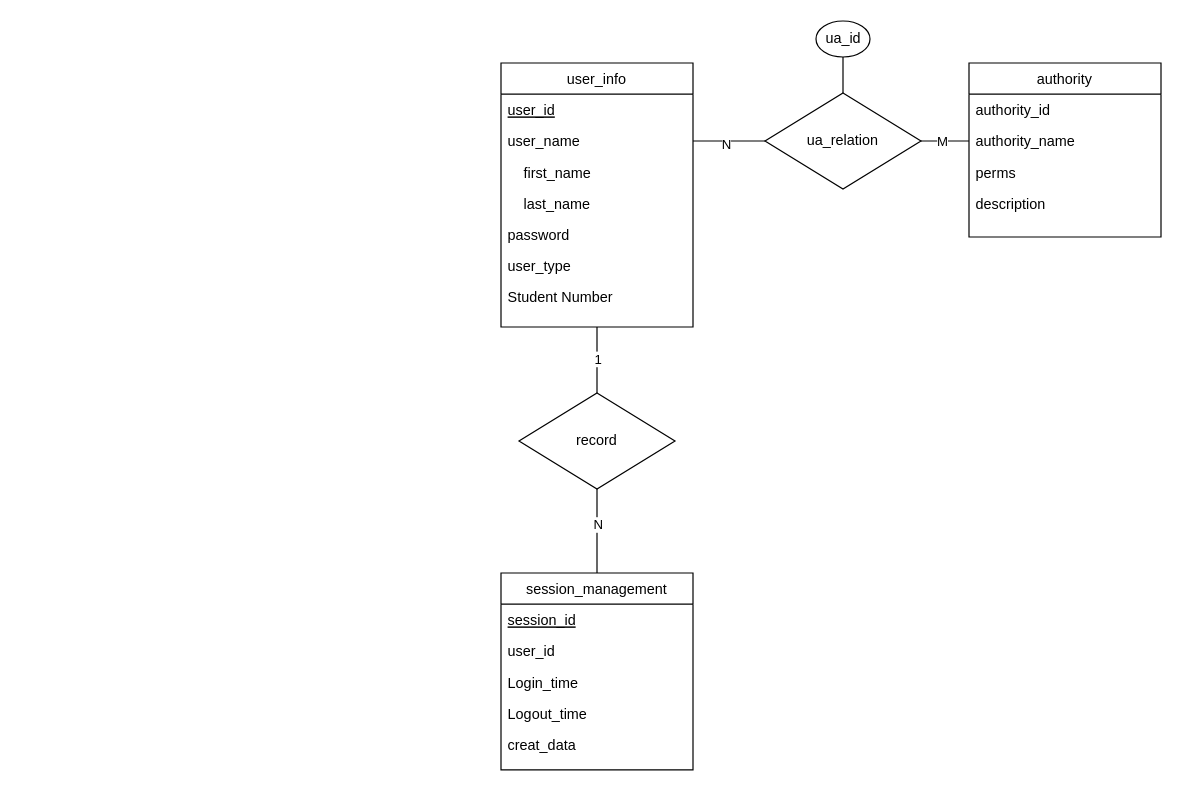
Above: Untitled Diagram.drawio in zjlqwe2/study (draw.io), before the change. Source tidied: cells renumbered, new cells numbered last; positions are measured from the earlier drawing's top-left corner, leaving out a move shared by most shapes. Both pictures are drawn from the tidied source at 120%, with x=0, y=0 at pixel (500, 20).
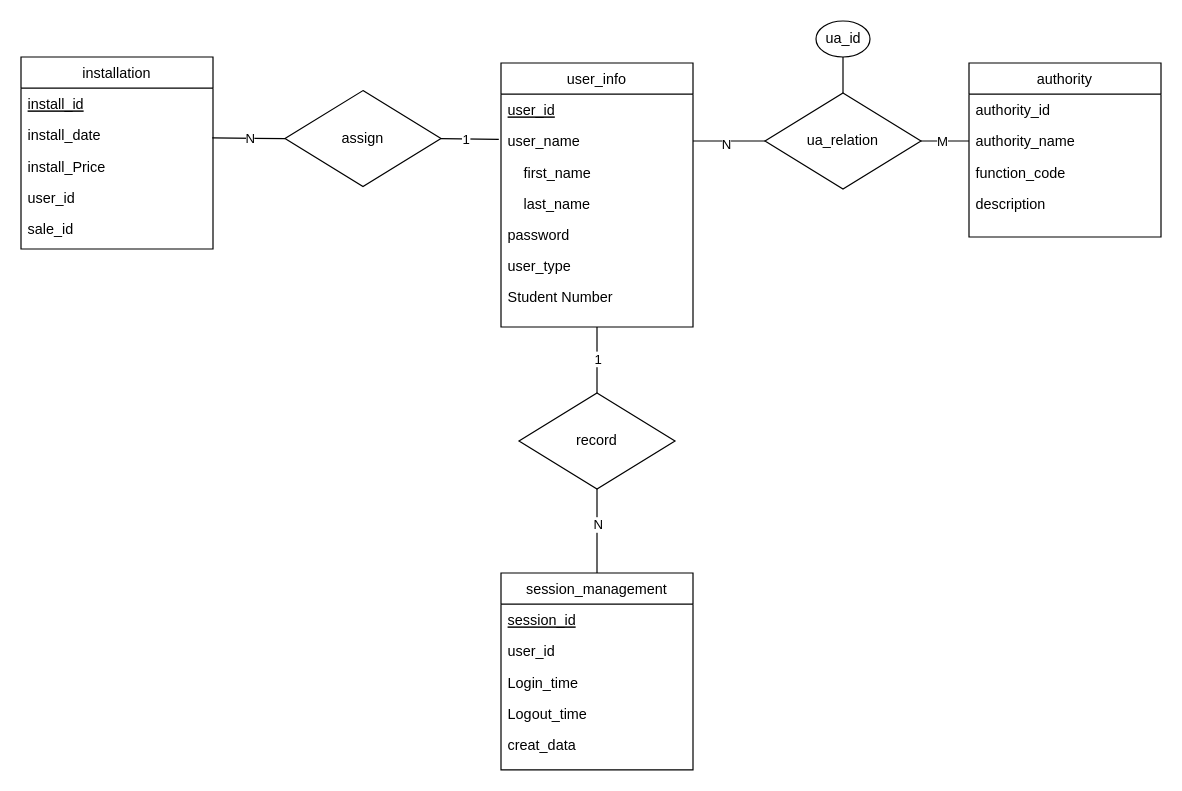
The same page after the edit.

Unchanged cells that the change refers to:
```xml
<mxCell id="16" value="authority" style="swimlane;fontStyle=0;align=center;verticalAlign=top;horizontal=1;startSize=26;rounded=0;shadow=0;strokeWidth=1;" parent="1" vertex="1">
  <mxGeometry x="390" y="35" width="160" height="145" as="geometry" />
</mxCell>
```

Change to the diagram source:
```diff
@@
-    <mxCell id="19" value="perms" style="text;align=left;verticalAlign=top;spacingLeft=4;spacingRight=4;overflow=hidden;rounded=0;shadow=0;html=0;" parent="16" vertex="1">
+    <mxCell id="19" value="function_code" style="text;align=left;verticalAlign=top;spacingLeft=4;spacingRight=4;overflow=hidden;rounded=0;shadow=0;html=0;" parent="16" vertex="1">
       <mxGeometry y="78" width="160" height="26" as="geometry" />
     </mxCell>
@@
+    <mxCell id="33" value="installation" style="swimlane;fontStyle=0;align=center;verticalAlign=top;horizontal=1;startSize=26;rounded=0;shadow=0;strokeWidth=1;" parent="1" vertex="1">
+      <mxGeometry x="-400" y="30" width="160" height="160" as="geometry" />
+    </mxCell>
+    <mxCell id="34" value="install_id" style="text;align=left;verticalAlign=top;spacingLeft=4;spacingRight=4;overflow=hidden;fontStyle=4;" parent="33" vertex="1">
+      <mxGeometry y="26" width="160" height="26" as="geometry" />
+    </mxCell>
+    <mxCell id="35" value="install_date" style="text;align=left;verticalAlign=top;spacingLeft=4;spacingRight=4;overflow=hidden;points=[[0,0.5],[1,0.5]];portConstraint=eastwest;rounded=0;shadow=0;html=0;" parent="33" vertex="1">
+      <mxGeometry y="52" width="160" height="26" as="geometry" />
+    </mxCell>
+    <mxCell id="36" value="install_Price" style="text;align=left;verticalAlign=top;spacingLeft=4;spacingRight=4;overflow=hidden;rounded=0;shadow=0;html=0;" parent="33" vertex="1">
+      <mxGeometry y="78" width="160" height="26" as="geometry" />
+    </mxCell>
+    <mxCell id="37" value="user_id" style="text;align=left;verticalAlign=top;spacingLeft=4;spacingRight=4;overflow=hidden;rounded=0;shadow=0;html=0;" parent="33" vertex="1">
+      <mxGeometry y="104" width="160" height="26" as="geometry" />
+    </mxCell>
+    <mxCell id="38" value="sale_id" style="text;align=left;verticalAlign=top;spacingLeft=4;spacingRight=4;overflow=hidden;" parent="33" vertex="1">
+      <mxGeometry y="130" width="160" height="26" as="geometry" />
+    </mxCell>
+    <mxCell id="39" value="assign" style="rhombus;whiteSpace=wrap;html=1;" parent="1" vertex="1">
+      <mxGeometry x="-180" y="58" width="130" height="80" as="geometry" />
+    </mxCell>
+    <mxCell id="40" style="endArrow=none;html=1;rounded=1;strokeColor=default;exitX=1;exitY=0.5;exitDx=0;exitDy=0;entryX=-0.011;entryY=0.065;entryDx=0;entryDy=0;entryPerimeter=0;" parent="1" edge="1" source="39">
+      <mxGeometry relative="1" as="geometry">
+        <mxPoint x="-1.8" y="98.7" as="targetPoint" />
+      </mxGeometry>
+    </mxCell>
+    <mxCell id="41" value="1" style="edgeLabel;html=1;align=center;verticalAlign=middle;" parent="40" vertex="1">
+      <mxGeometry x="-0.39" y="1" relative="1" as="geometry">
+        <mxPoint x="5" y="1" as="offset" />
+      </mxGeometry>
+    </mxCell>
+    <mxCell id="42" style="endArrow=none;html=1;rounded=1;strokeColor=default;entryX=0;entryY=0.5;entryDx=0;entryDy=0;exitX=0.996;exitY=0.592;exitDx=0;exitDy=0;exitPerimeter=0;" parent="1" edge="1" source="35" target="39">
+      <mxGeometry relative="1" as="geometry" />
+    </mxCell>
+    <mxCell id="43" value="N" style="edgeLabel;html=1;align=center;verticalAlign=middle;" parent="42" vertex="1">
+      <mxGeometry x="-0.58" y="-1" relative="1" as="geometry">
+        <mxPoint x="18" y="-1" as="offset" />
+      </mxGeometry>
+    </mxCell>
```
